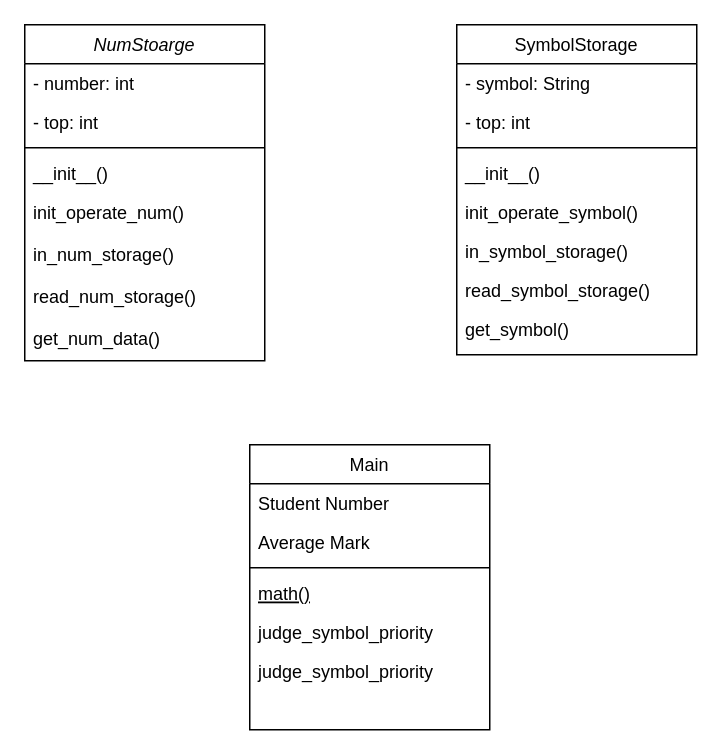
This is Untitled Diagram.drawio from Hanalessawy/Proj1, a draw.io file, before an edit. Source tidied: cells renumbered, new cells numbered last; positions are measured from the earlier drawing's top-left corner, leaving out a move shared by most shapes. Both pictures are drawn from the tidied source at 150%, with x=0, y=0 at pixel (24, 24).
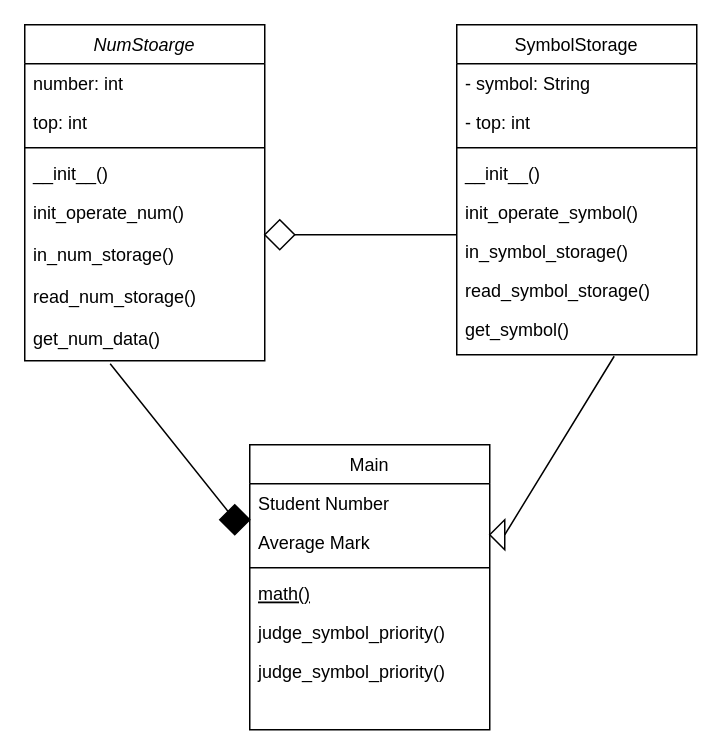
Above is the later version.

The change refers to these unchanged cells:
```xml
<mxCell id="2" value="NumStoarge" style="swimlane;fontStyle=2;align=center;verticalAlign=top;horizontal=1;startSize=26;rounded=0;shadow=0;strokeWidth=1;" parent="1" vertex="1">
  <mxGeometry width="160" height="224" as="geometry" />
</mxCell>
<mxCell id="10" value="get_num_data()&#10;" style="text;align=left;verticalAlign=top;spacingLeft=4;spacingRight=4;overflow=hidden;points=[[0,0.5],[1,0.5]];portConstraint=eastwest;" parent="2" vertex="1">
  <mxGeometry y="196" width="160" height="28" as="geometry" />
</mxCell>
<mxCell id="11" value="Main" style="swimlane;fontStyle=0;align=center;verticalAlign=top;horizontal=1;startSize=26;rounded=0;shadow=0;strokeWidth=1;" parent="1" vertex="1">
  <mxGeometry x="150" y="280" width="160" height="190" as="geometry" />
</mxCell>
<mxCell id="26" value="get_symbol()" style="text;align=left;verticalAlign=top;spacingLeft=4;spacingRight=4;overflow=hidden;points=[[0,0.5],[1,0.5]];portConstraint=eastwest;" parent="18" vertex="1">
  <mxGeometry y="190" width="160" height="30" as="geometry" />
</mxCell>
```

What changed in the source:
```diff
@@
-    <mxCell id="3" value="- number: int" style="text;align=left;verticalAlign=top;spacingLeft=4;spacingRight=4;overflow=hidden;" parent="2" vertex="1">
+    <mxCell id="3" value="number: int" style="text;align=left;verticalAlign=top;spacingLeft=4;spacingRight=4;overflow=hidden;" parent="2" vertex="1">
       <mxGeometry y="26" width="160" height="26" as="geometry" />
     </mxCell>
-    <mxCell id="4" value="- top: int" style="text;align=left;verticalAlign=top;spacingLeft=4;spacingRight=4;overflow=hidden;rounded=0;shadow=0;html=0;" parent="2" vertex="1">
+    <mxCell id="4" value="top: int" style="text;align=left;verticalAlign=top;spacingLeft=4;spacingRight=4;overflow=hidden;rounded=0;shadow=0;html=0;" parent="2" vertex="1">
       <mxGeometry y="52" width="160" height="26" as="geometry" />
     </mxCell>
@@
-    <mxCell id="16" value="judge_symbol_priority" style="text;align=left;verticalAlign=top;spacingLeft=4;spacingRight=4;overflow=hidden;" parent="11" vertex="1">
+    <mxCell id="16" value="judge_symbol_priority()" style="text;align=left;verticalAlign=top;spacingLeft=4;spacingRight=4;overflow=hidden;" parent="11" vertex="1">
       <mxGeometry y="112" width="160" height="26" as="geometry" />
     </mxCell>
-    <mxCell id="17" value="judge_symbol_priority" style="text;align=left;verticalAlign=top;spacingLeft=4;spacingRight=4;overflow=hidden;" parent="11" vertex="1">
+    <mxCell id="17" value="judge_symbol_priority()" style="text;align=left;verticalAlign=top;spacingLeft=4;spacingRight=4;overflow=hidden;" parent="11" vertex="1">
       <mxGeometry y="138" width="160" height="26" as="geometry" />
     </mxCell>
@@
+    <mxCell id="27" style="shape=link;html=1;rounded=0;width=0;" parent="1" edge="1">
+      <mxGeometry relative="1" as="geometry">
+        <mxPoint x="170" y="140" as="sourcePoint" />
+        <mxPoint x="288" y="140" as="targetPoint" />
+      </mxGeometry>
+    </mxCell>
+    <mxCell id="28" style="rhombus;whiteSpace=wrap;html=1;" parent="1" vertex="1">
+      <mxGeometry x="160" y="130" width="20" height="20" as="geometry" />
+    </mxCell>
+    <mxCell id="29" style="shape=link;html=1;rounded=0;width=0;exitX=0.356;exitY=1.071;exitDx=0;exitDy=0;exitPerimeter=0;" parent="1" edge="1" source="10" target="30">
+      <mxGeometry relative="1" as="geometry" />
+    </mxCell>
+    <mxCell id="30" style="rhombus;whiteSpace=wrap;html=1;fillColor=#000000;" parent="1" vertex="1">
+      <mxGeometry x="130" y="320" width="20" height="20" as="geometry" />
+    </mxCell>
+    <mxCell id="31" style="shape=link;html=1;rounded=0;width=0;exitX=0.656;exitY=1.033;exitDx=0;exitDy=0;exitPerimeter=0;entryX=0;entryY=0.5;entryDx=0;entryDy=0;" parent="1" edge="1" source="26" target="32">
+      <mxGeometry relative="1" as="geometry" />
+    </mxCell>
+    <mxCell id="32" style="triangle;whiteSpace=wrap;html=1;rotation=-180;" parent="1" vertex="1">
+      <mxGeometry x="310" y="330" width="10" height="20" as="geometry" />
+    </mxCell>
```
